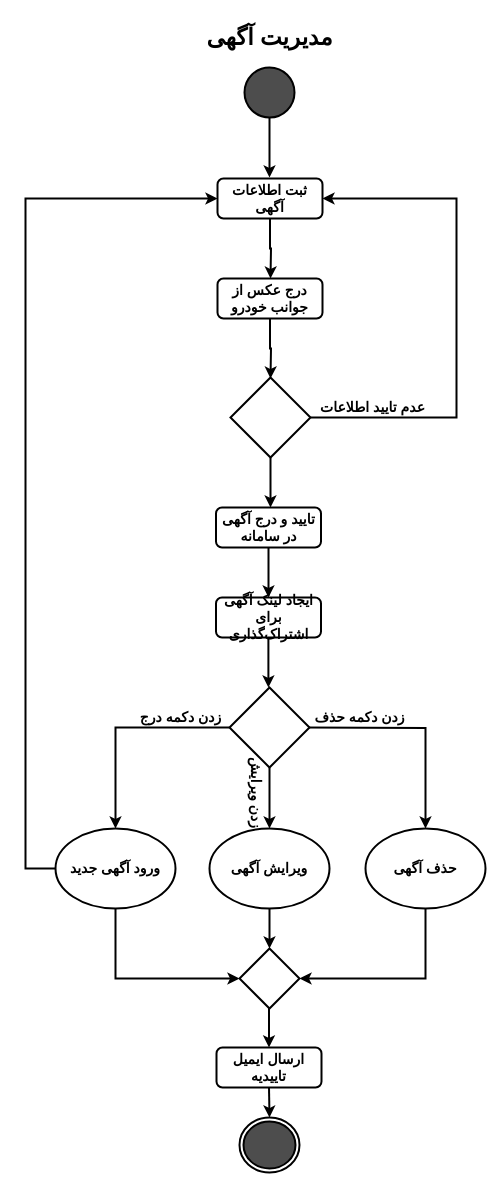
Before: page "AdsManagement" (5 of 24) of ActivityDiagram/MiddleWare_CarBaMaActivityDiagram.drawio in MelvinMo/CarBaMa_Automotive-Sale-Application, a draw.io diagram. Source tidied: cells renumbered, new cells numbered last; positions are measured from the earlier drawing's top-left corner, leaving out a move shared by most shapes. Both pictures are drawn from the tidied source at 100%, with x=0, y=0 at pixel (25, 17).
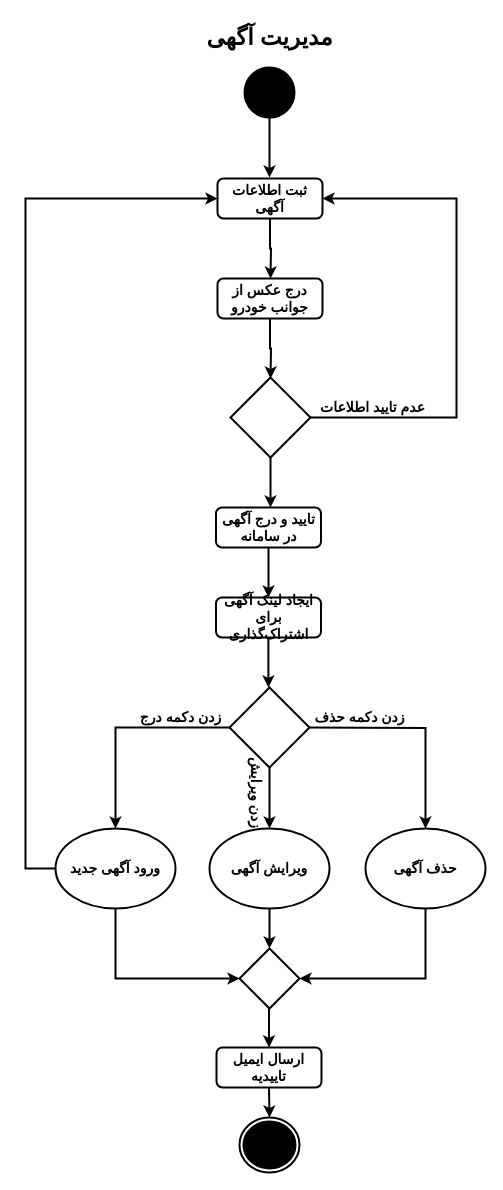
The same diagram, later.

Diff of the diagram source:
```diff
@@
-    <mxCell id="2" style="ellipse;whiteSpace=wrap;html=1;fillColor=#4D4D4D;strokeWidth=2;" parent="1" vertex="1">
+    <mxCell id="2" style="ellipse;whiteSpace=wrap;html=1;fillColor=#000000;strokeWidth=2;" parent="1" vertex="1">
       <mxGeometry x="219" y="50" width="50" height="50" as="geometry" />
     </mxCell>
-    <mxCell id="3" style="ellipse;html=1;shape=endState;fillColor=#4D4D4D;strokeColor=#000000;strokeWidth=2;" parent="1" vertex="1">
+    <mxCell id="3" style="ellipse;html=1;shape=endState;fillColor=#000000;strokeColor=#000000;strokeWidth=2;" parent="1" vertex="1">
       <mxGeometry x="214" y="1100" width="60" height="55" as="geometry" />
     </mxCell>
```
